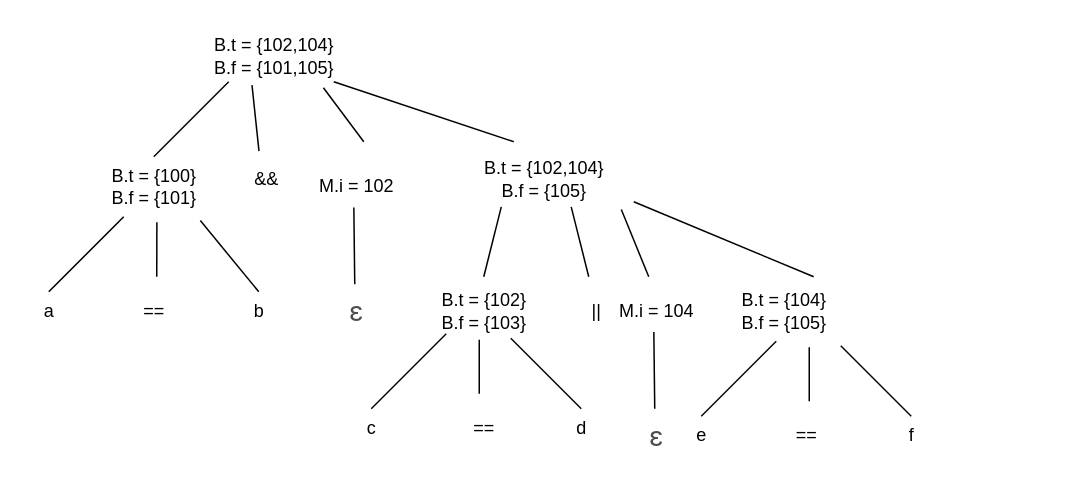
jjL357/SYSU_Theoretical-Foundations-of-Compiler-Construction keeps this draw.io diagram as Lab2/2.drawio. Above is the earlier version. Source tidied: cells renumbered, new cells numbered last; positions are measured from the earlier drawing's top-left corner, leaving out a move shared by most shapes. Both pictures are drawn from the tidied source at 150%, with x=0, y=0 at pixel (26, 26).
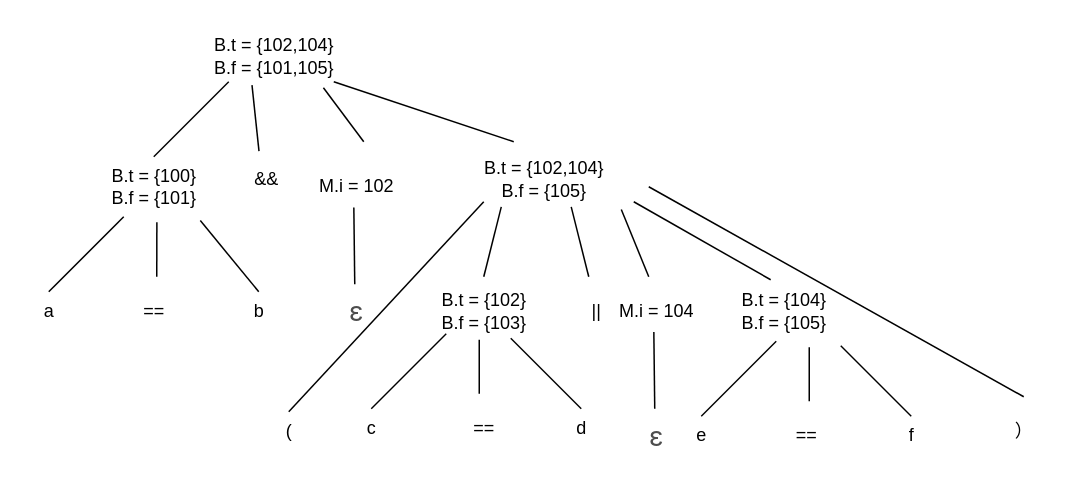
The same page after the edit.

The change refers to these unchanged cells:
```xml
<mxCell id="28" value="B.t = {104}&lt;div&gt;B.f = {105}&lt;/div&gt;" style="text;html=1;align=center;verticalAlign=middle;points=[];strokeColor=none;fillColor=none;" parent="1" vertex="1">
  <mxGeometry x="465" y="170" width="80" height="40" as="geometry" />
</mxCell>
```

Change to the diagram source:
```diff
@@
-    <mxCell id="27" style="endArrow=none;html=1;rounded=0;" parent="1" edge="1">
+    <mxCell id="27" style="endArrow=none;html=1;rounded=0;exitX=0.391;exitY=-0.025;exitDx=0;exitDy=0;exitPerimeter=0;" parent="1" edge="1" source="28">
       <mxGeometry relative="1" as="geometry">
-        <mxPoint x="525" y="167" as="sourcePoint" />
         <mxPoint x="405" y="117" as="targetPoint" />
       </mxGeometry>
     </mxCell>
@@
+    <mxCell id="41" style="endArrow=none;html=1;rounded=0;" parent="1" edge="1">
+      <mxGeometry relative="1" as="geometry">
+        <mxPoint x="175" y="257" as="sourcePoint" />
+        <mxPoint x="305" y="117" as="targetPoint" />
+      </mxGeometry>
+    </mxCell>
+    <mxCell id="42" value="(" style="text;html=1;align=center;verticalAlign=middle;strokeColor=none;fillColor=none;" parent="1" vertex="1">
+      <mxGeometry x="160" y="255" width="30" height="30" as="geometry" />
+    </mxCell>
+    <mxCell id="43" style="endArrow=none;html=1;rounded=0;" parent="1" edge="1">
+      <mxGeometry relative="1" as="geometry">
+        <mxPoint x="415" y="107" as="sourcePoint" />
+        <mxPoint x="665" y="247" as="targetPoint" />
+      </mxGeometry>
+    </mxCell>
+    <mxCell id="44" value="）" style="text;html=1;align=center;verticalAlign=middle;strokeColor=none;fillColor=none;" parent="1" vertex="1">
+      <mxGeometry x="645" y="255" width="40" height="30" as="geometry" />
+    </mxCell>
```
